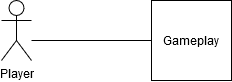
GreenSkyGames/Breaking-Red keeps this draw.io diagram as Docs/Data_Flow_Context_Diagram.png. Above is the earlier version. Source tidied: cells renumbered, new cells last; positions are measured from the earlier drawing's top-left corner, leaving out a move shared by most shapes. Source of this version:
```xml
<mxGraphModel background="#ffffff">
  <root>
    <mxCell id="0" />
    <mxCell id="1" parent="0" />
    <mxCell id="2" value="Player" style="shape=umlActor;verticalLabelPosition=bottom;verticalAlign=top;html=1;" parent="1" vertex="1">
      <mxGeometry width="30" height="60" as="geometry" />
    </mxCell>
    <mxCell id="3" value="Gameplay" style="whiteSpace=wrap;html=1;" parent="1" vertex="1">
      <mxGeometry x="150" width="80" height="80" as="geometry" />
    </mxCell>
    <mxCell id="4" style="endArrow=none;html=1;rounded=0;entryX=0;entryY=0.5;entryDx=0;entryDy=0;" parent="1" edge="1" target="3">
      <mxGeometry relative="1" as="geometry">
        <mxPoint x="30" y="40" as="sourcePoint" />
      </mxGeometry>
    </mxCell>
  </root>
</mxGraphModel>
```
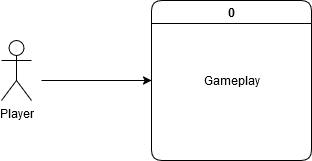
The same file after the commit.

Diff of the diagram source:
```diff
@@ -5,13 +5,16 @@
     <mxCell id="2" value="Player" style="shape=umlActor;verticalLabelPosition=bottom;verticalAlign=top;html=1;" parent="1" vertex="1">
       <mxGeometry width="30" height="60" as="geometry" />
     </mxCell>
+    <mxCell id="5" value="0" style="swimlane;whiteSpace=wrap;html=1;rounded=1;" parent="1" vertex="1">
+      <mxGeometry x="150" y="-40" width="160" height="160" as="geometry" />
+    </mxCell>
-    <mxCell id="3" value="Gameplay" style="whiteSpace=wrap;html=1;" parent="1" vertex="1">
-      <mxGeometry x="150" width="80" height="80" as="geometry" />
+    <mxCell id="3" value="Gameplay" style="text;html=1;align=center;verticalAlign=middle;points=[];strokeColor=none;fillColor=none;" parent="5" vertex="1">
+      <mxGeometry x="40" y="65" width="80" height="30" as="geometry" />
     </mxCell>
-    <mxCell id="4" style="endArrow=none;html=1;rounded=0;entryX=0;entryY=0.5;entryDx=0;entryDy=0;" parent="1" edge="1" target="3">
-      <mxGeometry relative="1" as="geometry">
-        <mxPoint x="30" y="40" as="sourcePoint" />
-      </mxGeometry>
-    </mxCell>
+    <mxCell id="6" style="endArrow=classic;html=1;rounded=0;entryX=0;entryY=0.5;entryDx=0;entryDy=0;" parent="1" edge="1" target="5">
+      <mxGeometry relative="1" as="geometry">
+        <mxPoint x="40" y="40" as="sourcePoint" />
+      </mxGeometry>
+    </mxCell>
   </root>
 </mxGraphModel>
```
